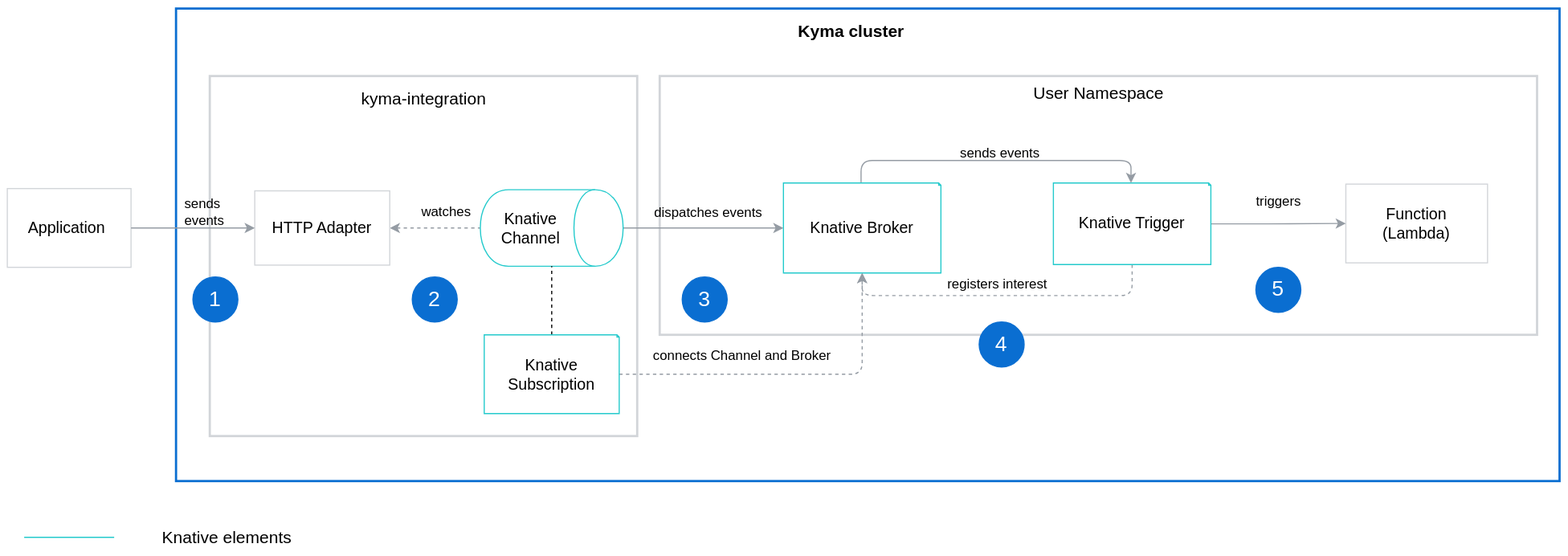
Before: docs/knative-eventing-mesh/assets/eventing-mesh-flow.svg, a diagram exported from draw.io (kyma-project/kyma). Source tidied: cells renumbered, new cells last; positions are measured from the earlier drawing's top-left corner, leaving out a move shared by most shapes.
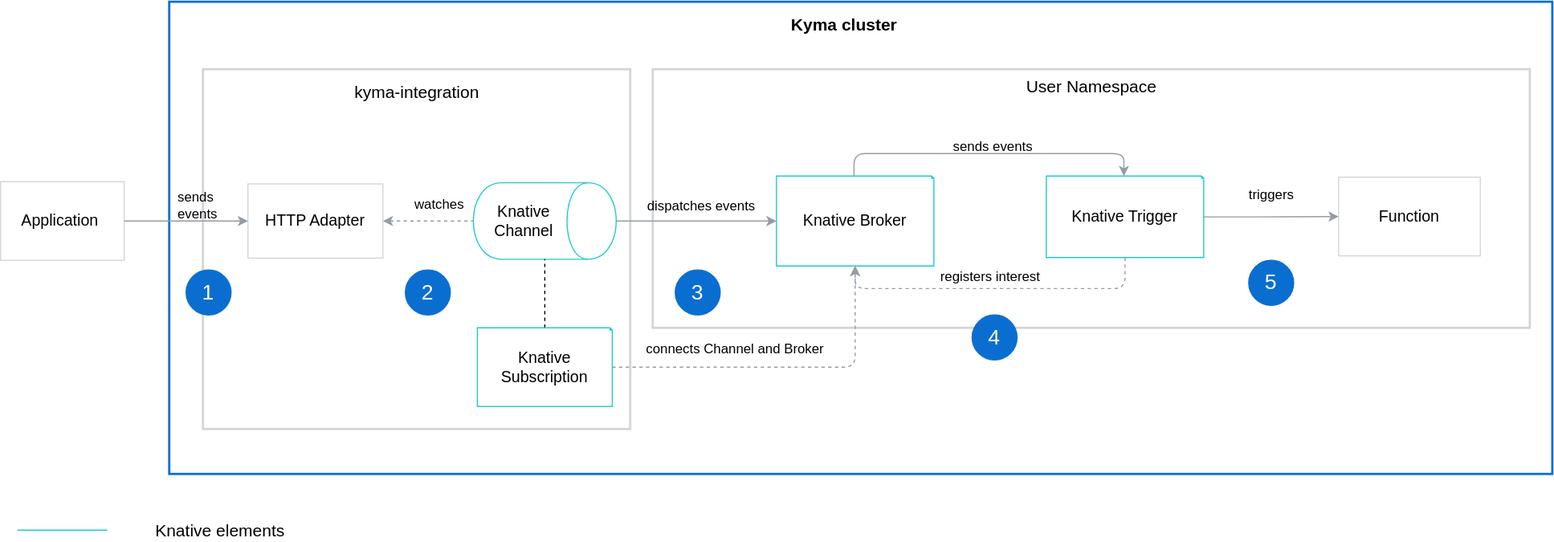
After the change.

Change to the diagram source:
```diff
@@ -11,7 +11,7 @@
     <mxCell id="4" value="&lt;font style=&quot;font-size: 15px;&quot;&gt;User Namespace&lt;/font&gt;" style="text;html=1;strokeColor=none;fillColor=none;align=center;verticalAlign=middle;whiteSpace=wrap;rounded=0;fontSize=15;" parent="1" vertex="1">
       <mxGeometry x="883.5" y="70" width="173" height="9.5" as="geometry" />
     </mxCell>
-    <mxCell id="5" value="&lt;span style=&quot;font-size: 14px;&quot;&gt;Function&lt;br style=&quot;font-size: 14px;&quot;&gt;(Lambda)&lt;br style=&quot;font-size: 14px;&quot;&gt;&lt;/span&gt;" style="rounded=0;whiteSpace=wrap;html=1;strokeColor=#D2D5D9;strokeWidth=1;fillColor=#ffffff;direction=south;fontSize=14;" parent="1" vertex="1">
+    <mxCell id="5" value="&lt;span style=&quot;font-size: 14px&quot;&gt;Function&lt;br style=&quot;font-size: 14px&quot;&gt;&lt;/span&gt;" style="rounded=0;whiteSpace=wrap;html=1;strokeColor=#D2D5D9;strokeWidth=1;fillColor=#ffffff;direction=south;fontSize=14;" parent="1" vertex="1">
       <mxGeometry x="1190" y="156.1" width="126" height="70" as="geometry" />
     </mxCell>
     <mxCell id="6" style="group;fillColor=none;strokeColor=#D2D5D9;strokeWidth=2;verticalAlign=top;" parent="1" vertex="1">
```
